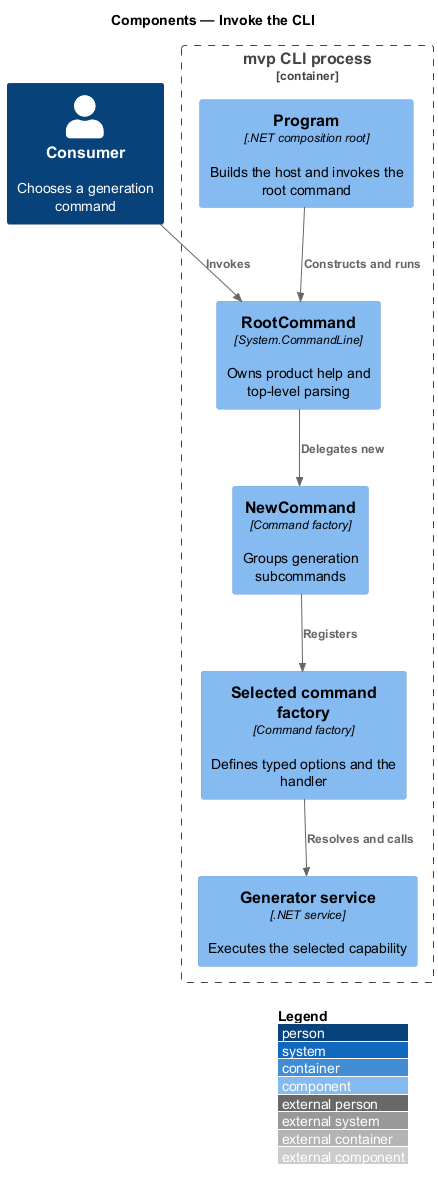
Before: docs/detailed-designs/command-line/invoke-the-cli/diagrams/c4-component.png, a diagram exported from PlantUML (QuinntyneBrown/mvp). The source it was exported from:
```plantuml
@startuml
!include <C4/C4_Component>
LAYOUT_WITH_LEGEND()
title Components — Invoke the CLI

Person(consumer, "Consumer", "Chooses a generation command")
Container_Boundary(cli, "mvp CLI process") {
  Component(program, "Program", ".NET composition root", "Builds the host and invokes the root command")
  Component(root, "RootCommand", "System.CommandLine", "Owns product help and top-level parsing")
  Component(newCommand, "NewCommand", "Command factory", "Groups generation subcommands")
  Component(selected, "Selected command factory", "Command factory", "Defines typed options and the handler")
  Component(generator, "Generator service", ".NET service", "Executes the selected capability")
}

Rel(consumer, root, "Invokes")
Rel(program, root, "Constructs and runs")
Rel(root, newCommand, "Delegates new")
Rel(newCommand, selected, "Registers")
Rel(selected, generator, "Resolves and calls")
@enduml
```
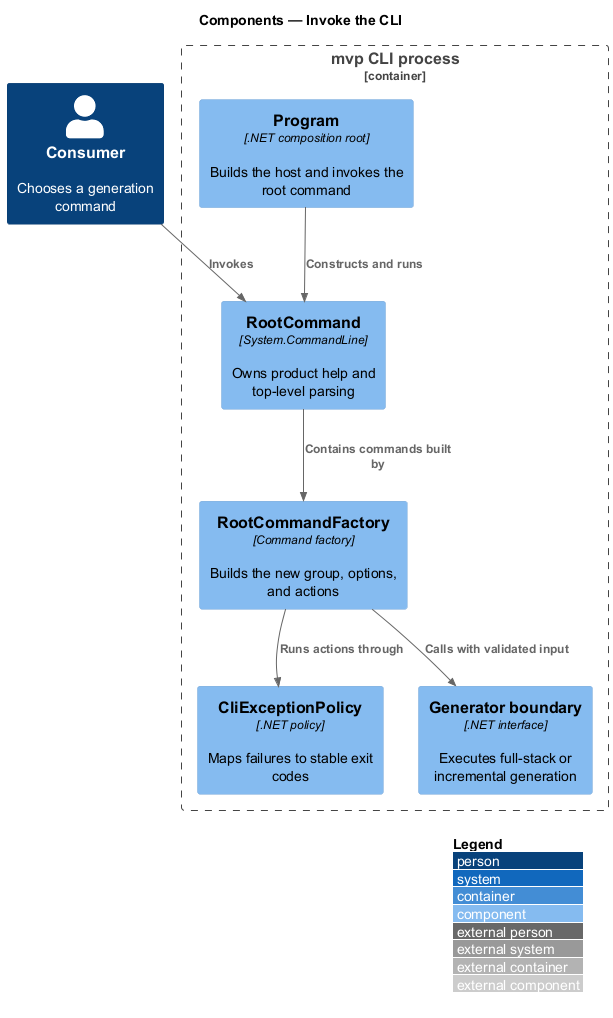
After the commit.

The edit, as a diff of the source:
```diff
@@ -7,14 +7,14 @@
 Container_Boundary(cli, "mvp CLI process") {
   Component(program, "Program", ".NET composition root", "Builds the host and invokes the root command")
   Component(root, "RootCommand", "System.CommandLine", "Owns product help and top-level parsing")
-  Component(newCommand, "NewCommand", "Command factory", "Groups generation subcommands")
-  Component(selected, "Selected command factory", "Command factory", "Defines typed options and the handler")
-  Component(generator, "Generator service", ".NET service", "Executes the selected capability")
+  Component(factory, "RootCommandFactory", "Command factory", "Builds the new group, options, and actions")
+  Component(policy, "CliExceptionPolicy", ".NET policy", "Maps failures to stable exit codes")
+  Component(generator, "Generator boundary", ".NET interface", "Executes full-stack or incremental generation")
 }
 
 Rel(consumer, root, "Invokes")
 Rel(program, root, "Constructs and runs")
-Rel(root, newCommand, "Delegates new")
-Rel(newCommand, selected, "Registers")
-Rel(selected, generator, "Resolves and calls")
+Rel(root, factory, "Contains commands built by")
+Rel(factory, policy, "Runs actions through")
+Rel(factory, generator, "Calls with validated input")
 @enduml
```
